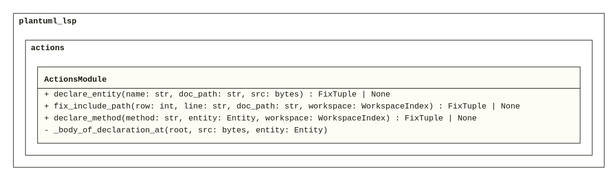
Earlier version of the PlantUML export doc/assets/CL_Actions.svg (derivasoftware/plantuml-lsp). Its source is kept beside it as design/lld/plantuml_lsp/CL_Actions.puml.
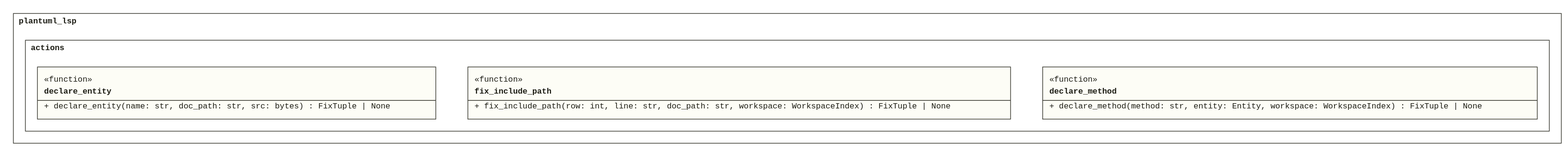
The same diagram one commit later.

What changed in the source:
```diff
@@ -3,14 +3,15 @@
 !startsub ActionsModule
 
 namespace plantuml_lsp.actions {
-  class "<<module>>" as ActionsModule {
+  class declare_entity <<function>> {
     + declare_entity(name: str, doc_path: str, src: bytes) : FixTuple | None
+  }
+  class fix_include_path <<function>> {
     + fix_include_path(row: int, line: str, doc_path: str, workspace: WorkspaceIndex) : FixTuple | None
+  }
+  class declare_method <<function>> {
     + declare_method(method: str, entity: Entity, workspace: WorkspaceIndex) : FixTuple | None
-    - _body_of_declaration_at(root, src: bytes, entity: Entity)
   }
-  ActionsModule ..> plantuml_lsp.index.Entity
-  ActionsModule ..> plantuml_lsp.workspace.WorkspaceIndex
 }
 
 !endsub
```
